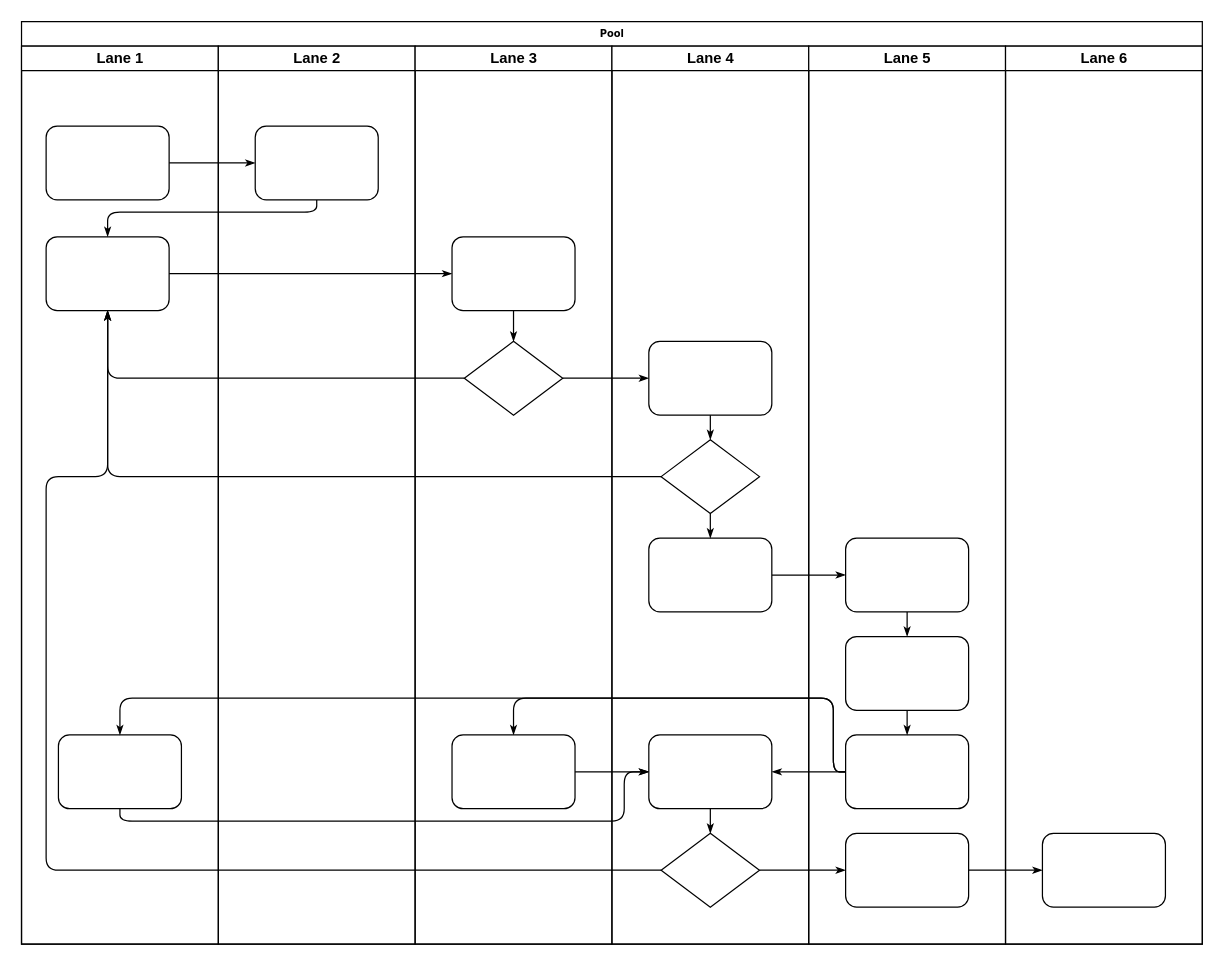
symbolss/drawio keeps this draw.io diagram as Untitled Diagram.drawio. Above is the earlier version. Source tidied: cells renumbered, new cells numbered last; positions are measured from the earlier drawing's top-left corner, leaving out a move shared by most shapes. Both pictures are drawn from the tidied source at 123%, with x=0, y=0 at pixel (21, 21).
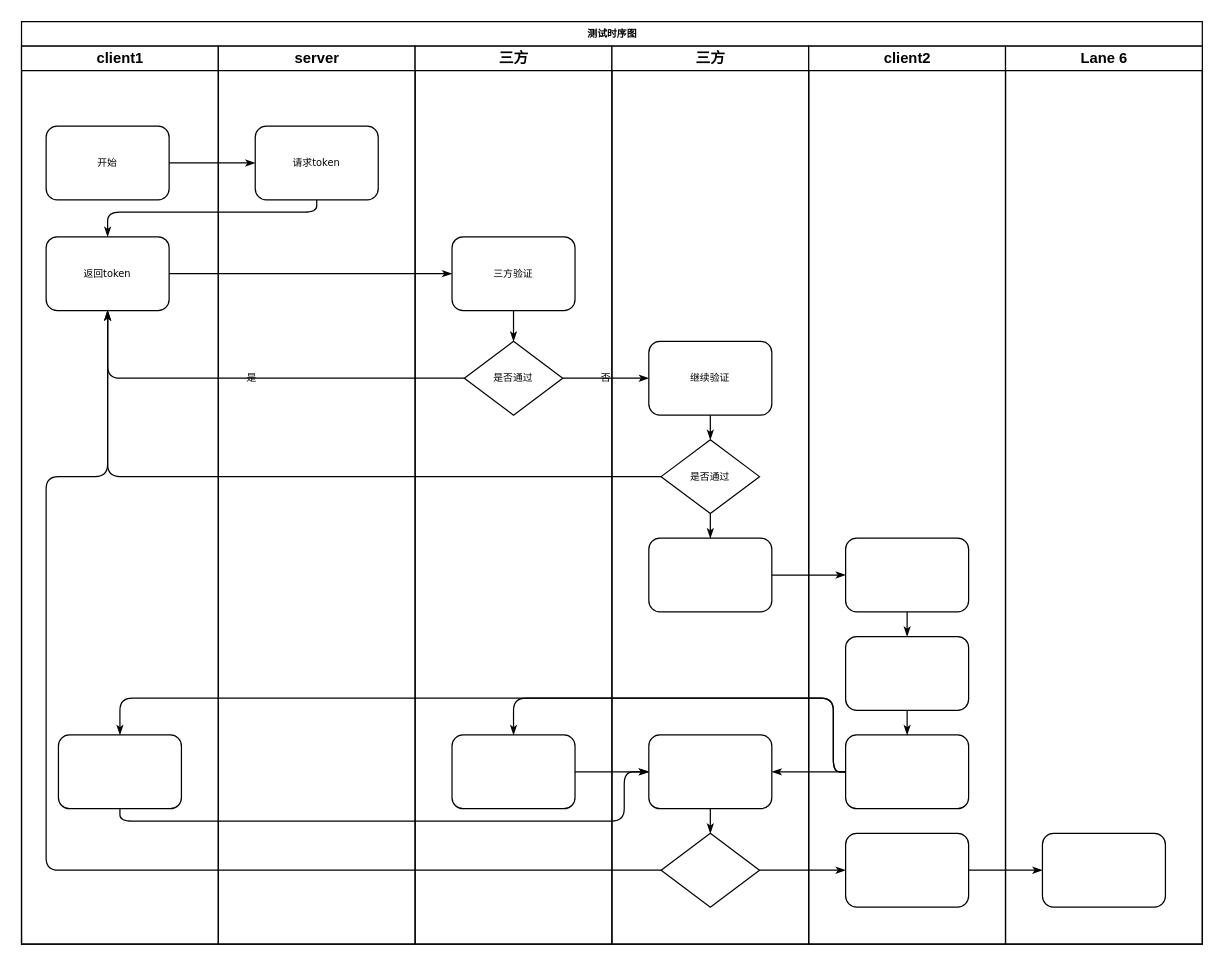
The same diagram, later.

What changed in the source:
```diff
@@
-    <mxCell id="2" value="Pool" style="swimlane;html=1;startSize=20;rounded=0;shadow=0;labelBackgroundColor=none;strokeWidth=1;fontFamily=Verdana;fontSize=8;align=center;" parent="1" vertex="1">
+    <mxCell id="2" value="测试时序图" style="swimlane;html=1;startSize=20;rounded=0;shadow=0;labelBackgroundColor=none;strokeWidth=1;fontFamily=Verdana;fontSize=8;align=center;" parent="1" vertex="1">
       <mxGeometry width="960" height="750" as="geometry" />
     </mxCell>
-    <mxCell id="3" value="Lane 1" style="swimlane;html=1;startSize=20;" parent="2" vertex="1">
+    <mxCell id="3" value="client1" style="swimlane;html=1;startSize=20;" parent="2" vertex="1">
       <mxGeometry y="20" width="160" height="730" as="geometry" />
     </mxCell>
-    <mxCell id="4" style="rounded=1;whiteSpace=wrap;html=1;shadow=0;labelBackgroundColor=none;strokeWidth=1;fontFamily=Verdana;fontSize=8;align=center;" parent="3" vertex="1">
+    <mxCell id="4" value="开始" style="rounded=1;whiteSpace=wrap;html=1;shadow=0;labelBackgroundColor=none;strokeWidth=1;fontFamily=Verdana;fontSize=8;align=center;" parent="3" vertex="1">
       <mxGeometry x="20" y="65" width="100" height="60" as="geometry" />
     </mxCell>
-    <mxCell id="5" style="rounded=1;whiteSpace=wrap;html=1;shadow=0;labelBackgroundColor=none;strokeWidth=1;fontFamily=Verdana;fontSize=8;align=center;" parent="3" vertex="1">
+    <mxCell id="5" value="返回token" style="rounded=1;whiteSpace=wrap;html=1;shadow=0;labelBackgroundColor=none;strokeWidth=1;fontFamily=Verdana;fontSize=8;align=center;" parent="3" vertex="1">
       <mxGeometry x="20" y="155" width="100" height="60" as="geometry" />
     </mxCell>
@@
-    <mxCell id="10" style="edgeStyle=orthogonalEdgeStyle;rounded=1;html=1;labelBackgroundColor=none;startArrow=none;startFill=0;startSize=5;endArrow=classicThin;endFill=1;endSize=5;jettySize=auto;strokeWidth=1;fontFamily=Verdana;fontSize=8;" parent="2" edge="1" source="26" target="5">
+    <mxCell id="10" value="是" style="edgeStyle=orthogonalEdgeStyle;rounded=1;html=1;labelBackgroundColor=none;startArrow=none;startFill=0;startSize=5;endArrow=classicThin;endFill=1;endSize=5;jettySize=auto;strokeWidth=1;fontFamily=Verdana;fontSize=8;" parent="2" edge="1" source="26" target="5">
       <mxGeometry relative="1" as="geometry" />
     </mxCell>
@@
-    <mxCell id="13" style="edgeStyle=orthogonalEdgeStyle;rounded=1;html=1;labelBackgroundColor=none;startArrow=none;startFill=0;startSize=5;endArrow=classicThin;endFill=1;endSize=5;jettySize=auto;strokeWidth=1;fontFamily=Verdana;fontSize=8;" parent="2" edge="1" source="26" target="30">
+    <mxCell id="13" value="否" style="edgeStyle=orthogonalEdgeStyle;rounded=1;html=1;labelBackgroundColor=none;startArrow=none;startFill=0;startSize=5;endArrow=classicThin;endFill=1;endSize=5;jettySize=auto;strokeWidth=1;fontFamily=Verdana;fontSize=8;" parent="2" edge="1" source="26" target="30">
       <mxGeometry relative="1" as="geometry" />
     </mxCell>
@@
-    <mxCell id="22" value="Lane 2" style="swimlane;html=1;startSize=20;" parent="2" vertex="1">
+    <mxCell id="22" value="server" style="swimlane;html=1;startSize=20;" parent="2" vertex="1">
       <mxGeometry x="160" y="20" width="160" height="730" as="geometry" />
     </mxCell>
-    <mxCell id="23" style="rounded=1;whiteSpace=wrap;html=1;shadow=0;labelBackgroundColor=none;strokeWidth=1;fontFamily=Verdana;fontSize=8;align=center;" parent="22" vertex="1">
+    <mxCell id="23" value="请求token" style="rounded=1;whiteSpace=wrap;html=1;shadow=0;labelBackgroundColor=none;strokeWidth=1;fontFamily=Verdana;fontSize=8;align=center;" parent="22" vertex="1">
       <mxGeometry x="30" y="65" width="100" height="60" as="geometry" />
     </mxCell>
-    <mxCell id="24" value="Lane 3" style="swimlane;html=1;startSize=20;" parent="2" vertex="1">
+    <mxCell id="24" value="三方" style="swimlane;html=1;startSize=20;" parent="2" vertex="1">
       <mxGeometry x="320" y="20" width="160" height="730" as="geometry" />
     </mxCell>
-    <mxCell id="25" style="rounded=1;whiteSpace=wrap;html=1;shadow=0;labelBackgroundColor=none;strokeWidth=1;fontFamily=Verdana;fontSize=8;align=center;" parent="24" vertex="1">
+    <mxCell id="25" value="三方验证" style="rounded=1;whiteSpace=wrap;html=1;shadow=0;labelBackgroundColor=none;strokeWidth=1;fontFamily=Verdana;fontSize=8;align=center;" parent="24" vertex="1">
       <mxGeometry x="30" y="155" width="100" height="60" as="geometry" />
     </mxCell>
-    <mxCell id="26" style="rhombus;whiteSpace=wrap;html=1;rounded=0;shadow=0;labelBackgroundColor=none;strokeWidth=1;fontFamily=Verdana;fontSize=8;align=center;" parent="24" vertex="1">
+    <mxCell id="26" value="是否通过" style="rhombus;whiteSpace=wrap;html=1;rounded=0;shadow=0;labelBackgroundColor=none;strokeWidth=1;fontFamily=Verdana;fontSize=8;align=center;" parent="24" vertex="1">
       <mxGeometry x="40" y="240" width="80" height="60" as="geometry" />
     </mxCell>
@@
-    <mxCell id="29" value="Lane 4" style="swimlane;html=1;startSize=20;" parent="2" vertex="1">
+    <mxCell id="29" value="三方" style="swimlane;html=1;startSize=20;" parent="2" vertex="1">
       <mxGeometry x="480" y="20" width="160" height="730" as="geometry" />
     </mxCell>
-    <mxCell id="30" style="rounded=1;whiteSpace=wrap;html=1;shadow=0;labelBackgroundColor=none;strokeWidth=1;fontFamily=Verdana;fontSize=8;align=center;" parent="29" vertex="1">
+    <mxCell id="30" value="继续验证" style="rounded=1;whiteSpace=wrap;html=1;shadow=0;labelBackgroundColor=none;strokeWidth=1;fontFamily=Verdana;fontSize=8;align=center;" parent="29" vertex="1">
       <mxGeometry x="30" y="240" width="100" height="60" as="geometry" />
     </mxCell>
-    <mxCell id="31" style="rhombus;whiteSpace=wrap;html=1;rounded=0;shadow=0;labelBackgroundColor=none;strokeWidth=1;fontFamily=Verdana;fontSize=8;align=center;" parent="29" vertex="1">
+    <mxCell id="31" value="是否通过" style="rhombus;whiteSpace=wrap;html=1;rounded=0;shadow=0;labelBackgroundColor=none;strokeWidth=1;fontFamily=Verdana;fontSize=8;align=center;" parent="29" vertex="1">
       <mxGeometry x="40" y="320" width="80" height="60" as="geometry" />
     </mxCell>
@@
-    <mxCell id="38" value="Lane 5" style="swimlane;html=1;startSize=20;" parent="2" vertex="1">
+    <mxCell id="38" value="client2" style="swimlane;html=1;startSize=20;" parent="2" vertex="1">
       <mxGeometry x="640" y="20" width="160" height="730" as="geometry" />
     </mxCell>
```
